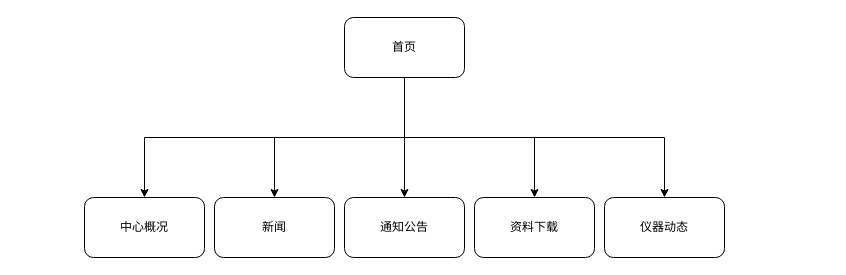
Earlier version of the draw.io diagram 未命名绘图.drawio (yisqiu/AHK-Tools). Source tidied: cells renumbered, new cells numbered last; positions are measured from the earlier drawing's top-left corner, leaving out a move shared by most shapes. Both pictures are drawn from the tidied source at 100%, with x=0, y=0 at pixel (84, 17).
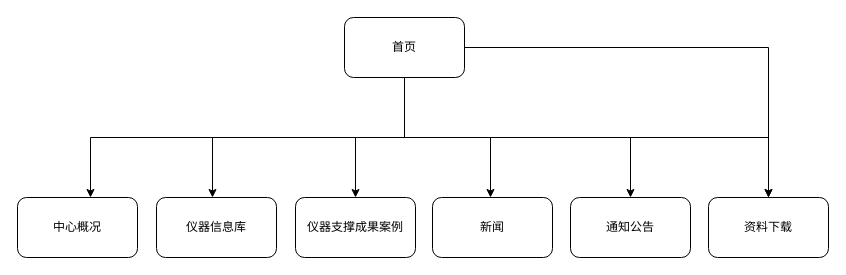
After the change.

Commit message:
地湖所王老师.drawio

The change refers to these unchanged cells:
```xml
<mxCell id="6" value="首页" style="rounded=1;whiteSpace=wrap;html=1;fillColor=none;fontColor=light-dark(#000000,#000000);strokeColor=light-dark(#000000,#000000);" parent="1" vertex="1">
  <mxGeometry x="260" width="120" height="60" as="geometry" />
</mxCell>
```

Change to the diagram source:
```diff
@@
     <mxCell id="2" style="edgeStyle=orthogonalEdgeStyle;rounded=0;jettySize=auto;html=1;fontColor=light-dark(#000000,#000000);strokeColor=light-dark(#000000,#000000);" parent="1" edge="1" source="6" target="7">
       <mxGeometry relative="1" as="geometry">
         <Array as="points">
           <mxPoint x="320" y="120" />
-          <mxPoint x="60" y="120" />
+          <mxPoint x="6" y="120" />
         </Array>
       </mxGeometry>
     </mxCell>
     <mxCell id="3" style="edgeStyle=orthogonalEdgeStyle;rounded=0;jettySize=auto;html=1;fontColor=light-dark(#000000,#000000);strokeColor=light-dark(#000000,#000000);" parent="1" edge="1" source="6" target="8">
       <mxGeometry relative="1" as="geometry">
         <Array as="points">
-          <mxPoint x="320" y="90" />
-          <mxPoint x="320" y="90" />
+          <mxPoint x="320" y="120" />
+          <mxPoint x="271" y="120" />
         </Array>
       </mxGeometry>
     </mxCell>
     <mxCell id="4" style="edgeStyle=orthogonalEdgeStyle;rounded=0;jettySize=auto;html=1;fontColor=light-dark(#000000,#000000);strokeColor=light-dark(#000000,#000000);" parent="1" edge="1" source="6" target="9">
       <mxGeometry relative="1" as="geometry">
         <Array as="points">
           <mxPoint x="320" y="120" />
-          <mxPoint x="450" y="120" />
+          <mxPoint x="406" y="120" />
         </Array>
       </mxGeometry>
     </mxCell>
     <mxCell id="5" style="edgeStyle=orthogonalEdgeStyle;rounded=0;jettySize=auto;html=1;fontColor=light-dark(#000000,#000000);strokeColor=light-dark(#000000,#000000);" parent="1" edge="1" source="6" target="11">
       <mxGeometry relative="1" as="geometry">
         <Array as="points">
           <mxPoint x="320" y="120" />
-          <mxPoint x="190" y="120" />
+          <mxPoint x="128" y="120" />
         </Array>
       </mxGeometry>
     </mxCell>
+    <mxCell id="13" style="edgeStyle=orthogonalEdgeStyle;rounded=0;jettySize=auto;html=1;" parent="1" edge="1" source="6" target="14">
+      <mxGeometry relative="1" as="geometry" />
+    </mxCell>
@@
     <mxCell id="7" value="中心概况" style="rounded=1;whiteSpace=wrap;html=1;fillColor=none;strokeColor=light-dark(#000000,#000000);gradientColor=none;fontColor=light-dark(#000000,#000000);" parent="1" vertex="1">
-      <mxGeometry y="180" width="120" height="60" as="geometry" />
+      <mxGeometry x="-67" y="180" width="120" height="60" as="geometry" />
     </mxCell>
-    <mxCell id="8" value="通知公告" style="rounded=1;whiteSpace=wrap;html=1;fillColor=none;strokeColor=light-dark(#000000,#000000);gradientColor=none;fontColor=light-dark(#000000,#000000);" parent="1" vertex="1">
-      <mxGeometry x="260" y="180" width="120" height="60" as="geometry" />
+    <mxCell id="8" value="仪器支撑成果案例" style="rounded=1;whiteSpace=wrap;html=1;fillColor=none;strokeColor=light-dark(#000000,#000000);gradientColor=none;fontColor=light-dark(#000000,#000000);" parent="1" vertex="1">
+      <mxGeometry x="211" y="180" width="120" height="60" as="geometry" />
     </mxCell>
-    <mxCell id="9" value="资料下载" style="rounded=1;whiteSpace=wrap;html=1;fillColor=none;strokeColor=light-dark(#000000,#000000);gradientColor=none;fontColor=light-dark(#000000,#000000);" parent="1" vertex="1">
-      <mxGeometry x="390" y="180" width="120" height="60" as="geometry" />
+    <mxCell id="9" value="新闻" style="rounded=1;whiteSpace=wrap;html=1;fillColor=none;strokeColor=light-dark(#000000,#000000);gradientColor=none;fontColor=light-dark(#000000,#000000);" parent="1" vertex="1">
+      <mxGeometry x="348" y="180" width="120" height="60" as="geometry" />
     </mxCell>
-    <mxCell id="10" value="仪器动态" style="rounded=1;whiteSpace=wrap;html=1;fillColor=none;strokeColor=light-dark(#000000,#000000);gradientColor=none;fontColor=light-dark(#000000,#000000);" parent="1" vertex="1">
-      <mxGeometry x="520" y="180" width="120" height="60" as="geometry" />
+    <mxCell id="10" value="通知公告" style="rounded=1;whiteSpace=wrap;html=1;fillColor=none;strokeColor=light-dark(#000000,#000000);gradientColor=none;fontColor=light-dark(#000000,#000000);" parent="1" vertex="1">
+      <mxGeometry x="486" y="180" width="120" height="60" as="geometry" />
     </mxCell>
-    <mxCell id="11" value="新闻" style="rounded=1;whiteSpace=wrap;html=1;fillColor=none;strokeColor=light-dark(#000000,#000000);gradientColor=none;fontColor=light-dark(#000000,#000000);" parent="1" vertex="1">
-      <mxGeometry x="130" y="180" width="120" height="60" as="geometry" />
+    <mxCell id="11" value="仪器信息库" style="rounded=1;whiteSpace=wrap;html=1;fillColor=none;strokeColor=light-dark(#000000,#000000);gradientColor=none;fontColor=light-dark(#000000,#000000);" parent="1" vertex="1">
+      <mxGeometry x="72" y="180" width="120" height="60" as="geometry" />
     </mxCell>
-    <mxCell id="12" style="edgeStyle=orthogonalEdgeStyle;rounded=0;orthogonalLoop=1;jettySize=auto;html=1;fontColor=light-dark(#000000,#000000);strokeColor=light-dark(#000000,#000000);" parent="1" edge="1">
+    <mxCell id="12" style="edgeStyle=orthogonalEdgeStyle;rounded=0;jettySize=auto;html=1;fontColor=light-dark(#000000,#000000);strokeColor=light-dark(#000000,#000000);entryX=0.5;entryY=0;entryDx=0;entryDy=0;" parent="1" edge="1" target="10">
       <mxGeometry relative="1" as="geometry">
         <mxPoint x="320" y="60" as="sourcePoint" />
-        <mxPoint x="580" y="180" as="targetPoint" />
         <Array as="points">
-          <mxPoint x="320" y="60" />
           <mxPoint x="320" y="120" />
-          <mxPoint x="580" y="120" />
+          <mxPoint x="546" y="120" />
         </Array>
       </mxGeometry>
     </mxCell>
+    <mxCell id="14" value="资料下载" style="whiteSpace=wrap;html=1;fillColor=none;strokeColor=light-dark(#000000,#000000);fontColor=light-dark(#000000,#000000);rounded=1;" parent="1" vertex="1">
+      <mxGeometry x="624" y="180" width="120" height="60" as="geometry" />
+    </mxCell>
+    <mxCell id="15" style="edgeStyle=orthogonalEdgeStyle;rounded=0;jettySize=auto;html=1;fontColor=light-dark(#000000,#000000);strokeColor=light-dark(#000000,#000000);entryX=0.5;entryY=0;entryDx=0;entryDy=0;exitX=0.5;exitY=1;exitDx=0;exitDy=0;" parent="1" edge="1" source="6" target="14">
+      <mxGeometry relative="1" as="geometry">
+        <Array as="points">
+          <mxPoint x="320" y="120" />
+          <mxPoint x="684" y="120" />
+        </Array>
+      </mxGeometry>
+    </mxCell>
```
